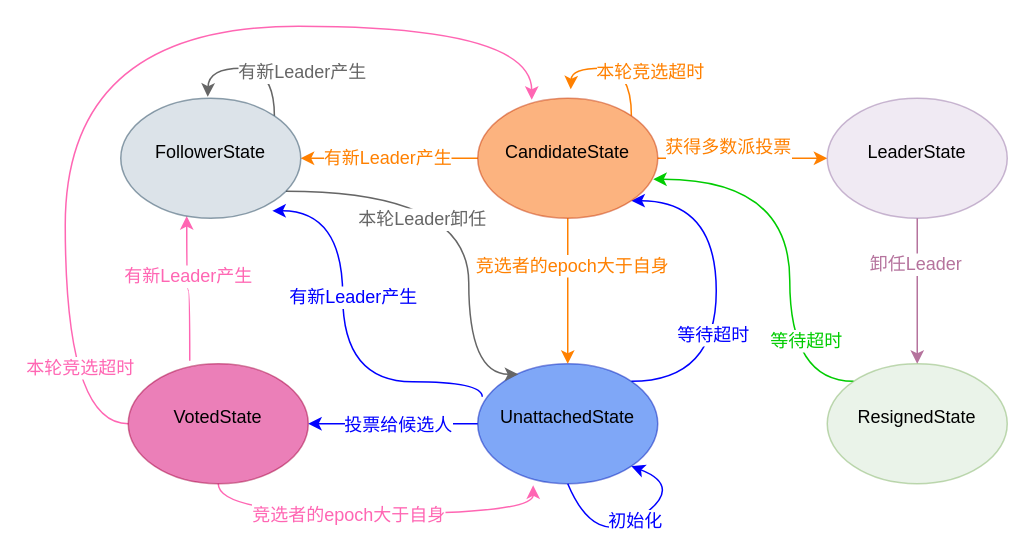
Before: page "第 8 页" (8 of 9) of controller.drawio in jameslcj/myBlog, a draw.io diagram. Source tidied: cells renumbered, new cells numbered last; positions are measured from the earlier drawing's top-left corner, leaving out a move shared by most shapes. Both pictures are drawn from the tidied source at 150%, with x=0, y=0 at pixel (64, 26).
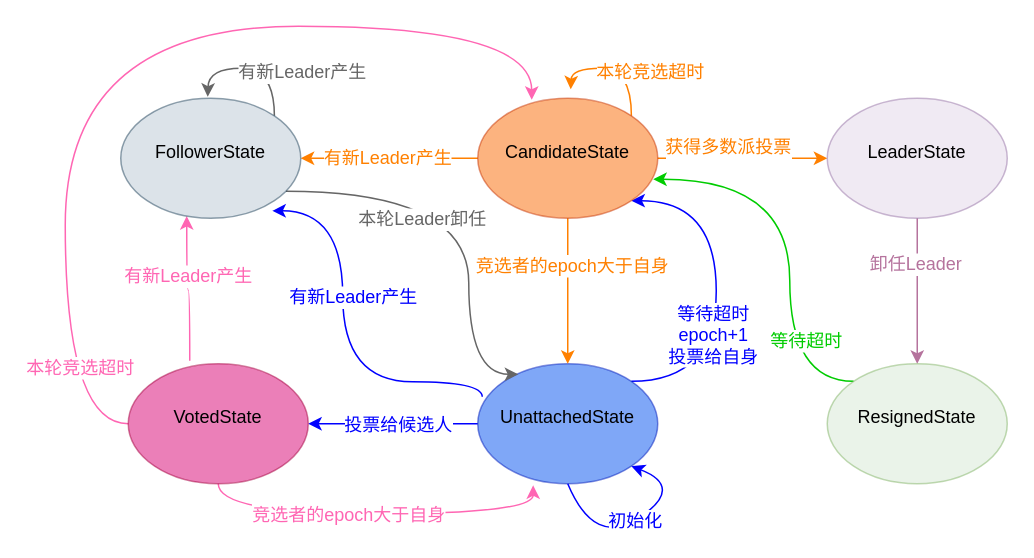
The same diagram, later.

The change refers to these unchanged cells:
```xml
<mxCell id="2" style="edgeStyle=orthogonalEdgeStyle;rounded=0;jettySize=auto;html=1;exitX=1;exitY=0;exitDx=0;exitDy=0;entryX=1;entryY=1;entryDx=0;entryDy=0;strokeColor=#0000FF;fontSize=12;fontColor=#0000FF;startArrow=none;startFill=0;endArrow=classic;endFill=1;curved=1;" parent="1" edge="1" source="8" target="24">
  <mxGeometry relative="1" as="geometry">
    <Array as="points">
      <mxPoint x="434" y="237" />
      <mxPoint x="434" y="116" />
    </Array>
  </mxGeometry>
</mxCell>
```

What changed in the source:
```diff
@@
-    <mxCell id="3" value="等待超时" style="edgeLabel;html=1;align=center;verticalAlign=middle;fontSize=12;fontColor=#0000FF;" parent="2" vertex="1">
+    <mxCell id="3" value="等待超时&lt;br&gt;epoch+1&lt;br&gt;投票给自身" style="edgeLabel;html=1;align=center;verticalAlign=middle;fontSize=12;fontColor=#0000FF;" parent="2" vertex="1">
       <mxGeometry x="-0.25" y="3" relative="1" as="geometry" />
     </mxCell>
```
